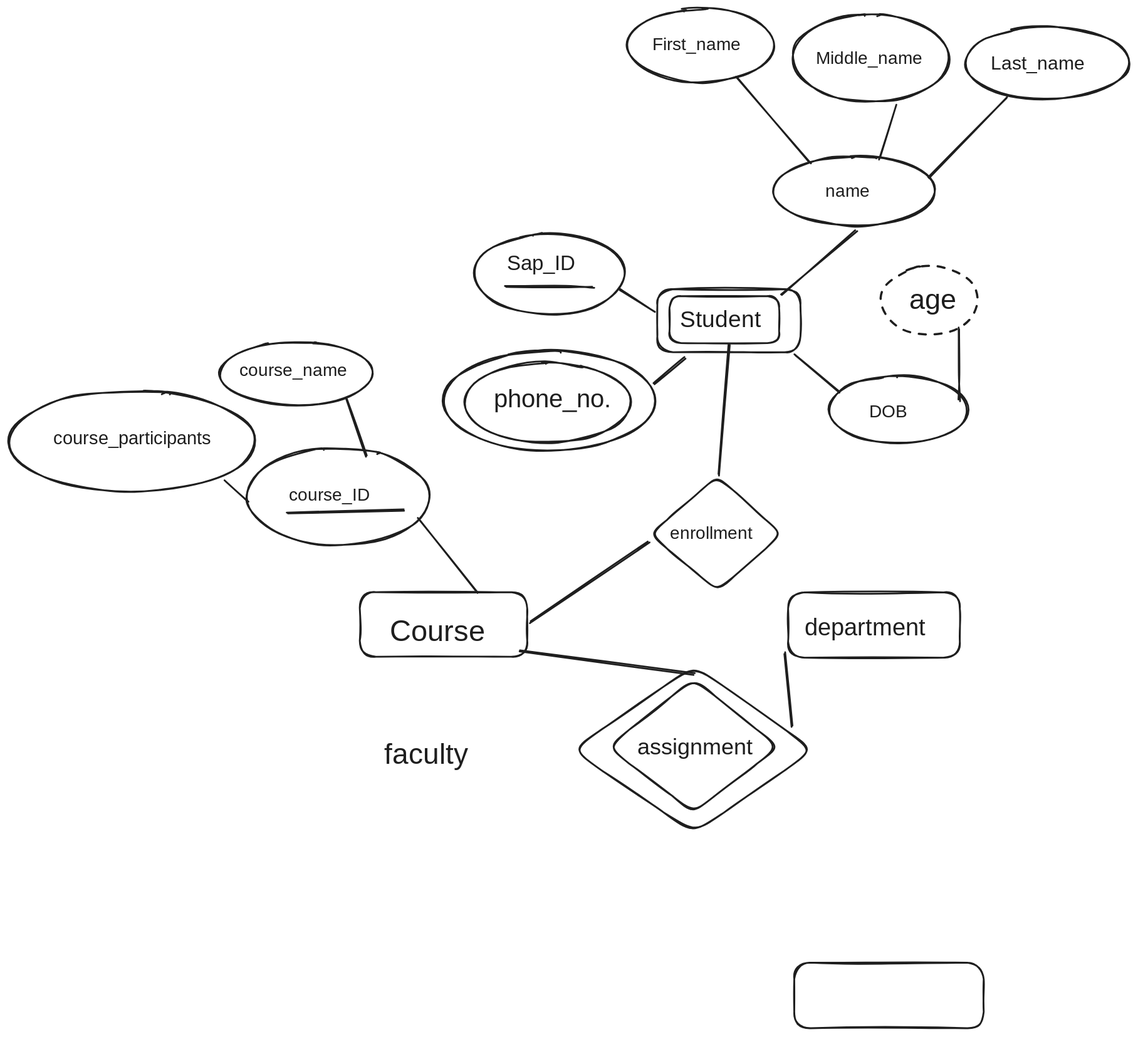
Before: Notes Factory/Semister 3/Rough Work/t1.excalidraw.svg, a diagram exported from Excalidraw (P7XCKD/NF). Source tidied: one line per element, renumbered; positions are measured from the earlier drawing's top-left corner, leaving out a move shared by most shapes.
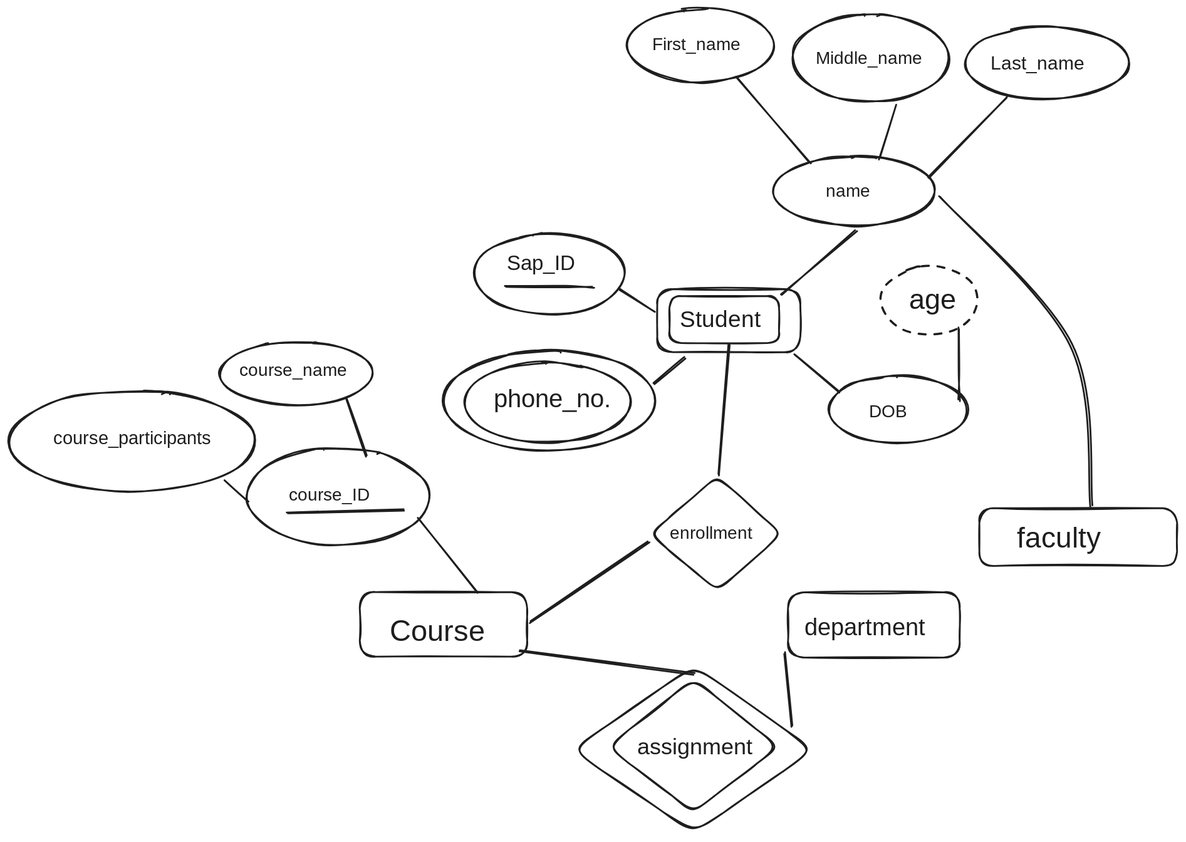
After the commit.

Change to the diagram source:
```diff
@@ -48,7 +48,8 @@
 {"id": 47, "type": "line", "strokeColor": "#1e1e1e", "strokeWidth": 2, "roughness": 1, "round": true, "x": 884, "y": 735, "width": 10, "height": 83, "points": [[0, 0], [10, 83]]}
 {"id": 48, "type": "text", "text": "assignment", "strokeColor": "#1e1e1e", "strokeWidth": 2, "roughness": 1, "fontSize": 25.48, "fontFamily": 1, "x": 717, "y": 827, "width": 131, "height": 32}
 {"id": 49, "type": "line", "strokeColor": "#1e1e1e", "strokeWidth": 2, "roughness": 1, "round": true, "x": 782, "y": 759, "width": 200, "height": 26, "points": [[0, 0], [-200, -26]]}
-{"id": 50, "type": "rectangle", "strokeColor": "#1e1e1e", "strokeWidth": 2, "roughness": 1, "round": true, "x": 895, "y": 1088, "width": 216, "height": 75}
+{"id": 50, "type": "rectangle", "strokeColor": "#1e1e1e", "strokeWidth": 2, "roughness": 1, "round": true, "x": 1106, "y": 569, "width": 225, "height": 66}
 {"id": 51, "type": "rectangle", "strokeColor": "#1e1e1e", "strokeWidth": 2, "roughness": 1, "round": true, "x": 888, "y": 665, "width": 196, "height": 75}
-{"id": 52, "type": "text", "text": "faculty ", "strokeColor": "#1e1e1e", "strokeWidth": 2, "roughness": 1, "fontSize": 32.93, "fontFamily": 1, "x": 428, "y": 830, "width": 132, "height": 41}
+{"id": 52, "type": "text", "text": "faculty ", "strokeColor": "#1e1e1e", "strokeWidth": 2, "roughness": 1, "fontSize": 32.93, "fontFamily": 1, "x": 1149, "y": 585, "width": 132, "height": 41}
 {"id": 53, "type": "text", "text": "department ", "strokeColor": "#1e1e1e", "strokeWidth": 2, "roughness": 1, "fontSize": 27.4, "fontFamily": 1, "x": 907, "y": 690, "width": 164, "height": 34}
+{"id": 54, "type": "line", "strokeColor": "#1e1e1e", "strokeWidth": 2, "roughness": 1, "round": true, "x": 1061, "y": 214, "width": 173, "height": 353, "points": [[0, 0], [149, 169], [173, 353]]}
```
